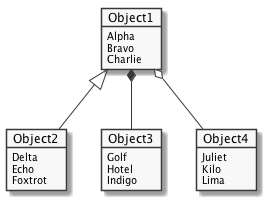
This is doc/object-diagram/object-diagram.plantuml.png from joelparkerhenderson/plantuml-examples, a PlantUML export, as it was before one commit. The source it was exported from:
```plantuml
@startuml
skinparam monochrome true
object Object1 {
  Alpha
  Bravo
  Charlie
}
object Object2 {
  Delta
  Echo
  Foxtrot
}
object Object3 {
  Golf
  Hotel
  Indigo
}
object Object4 {
  Juliet
  Kilo
  Lima
}
Object1 <|-- Object2
Object1 *-- Object3
Object1 o-- Object4
@enduml
```
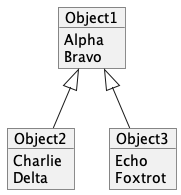
The same diagram one commit later.

Diff of the diagram source:
```diff
@@ -3,24 +3,15 @@
 object Object1 {
   Alpha
   Bravo
-  Charlie
 }
 object Object2 {
+  Charlie
   Delta
+}
+object Object3 {
   Echo
   Foxtrot
 }
-object Object3 {
-  Golf
-  Hotel
-  Indigo
-}
-object Object4 {
-  Juliet
-  Kilo
-  Lima
-}
 Object1 <|-- Object2
-Object1 *-- Object3
-Object1 o-- Object4
+Object1 <|-- Object3
 @enduml
```
